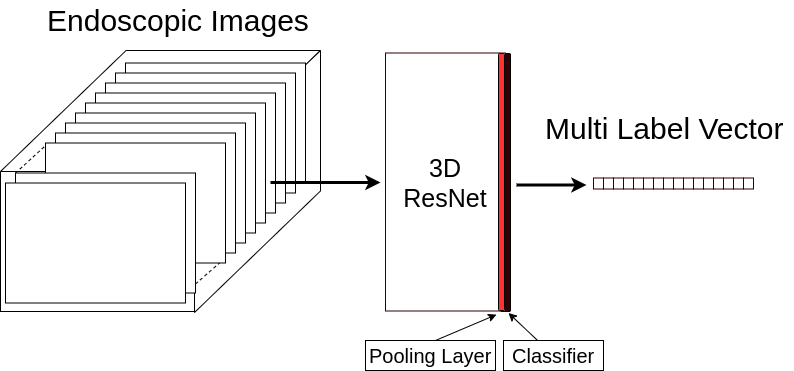
The draw.io diagram paper/ieice/fig/ieice3.png in shinn1r0/endoscopic_images2karte, before a commit. Source tidied: cells renumbered, new cells last; positions are measured from the earlier drawing's top-left corner, leaving out a move shared by most shapes. Source of this version:
```xml
<mxGraphModel>
  <root>
    <mxCell id="0" />
    <mxCell id="1" parent="0" />
    <mxCell id="2" style="rounded=0;whiteSpace=wrap;html=1;" parent="1" vertex="1">
      <mxGeometry y="171" width="195" height="140" as="geometry" />
    </mxCell>
    <mxCell id="3" style="shape=parallelogram;perimeter=parallelogramPerimeter;whiteSpace=wrap;html=1;size=0.3924050632911392;" parent="1" vertex="1">
      <mxGeometry y="50" width="320" height="121" as="geometry" />
    </mxCell>
    <mxCell id="4" style="shape=parallelogram;perimeter=parallelogramPerimeter;whiteSpace=wrap;html=1;size=0.46387832699619774;rotation=-90;direction=west;flipH=1;" parent="1" vertex="1">
      <mxGeometry x="126" y="118" width="262" height="126" as="geometry" />
    </mxCell>
    <mxCell id="5" style="rounded=0;whiteSpace=wrap;html=1;" parent="1" vertex="1">
      <mxGeometry x="125" y="62.5" width="180" height="120" as="geometry" />
    </mxCell>
    <mxCell id="6" style="rounded=0;whiteSpace=wrap;html=1;" parent="1" vertex="1">
      <mxGeometry x="115" y="72.5" width="180" height="120" as="geometry" />
    </mxCell>
    <mxCell id="7" style="endArrow=none;dashed=1;html=1;exitX=0.996;exitY=0.003;exitDx=0;exitDy=0;exitPerimeter=0;" parent="1" edge="1" source="17">
      <mxGeometry relative="1" as="geometry">
        <mxPoint x="225" y="142.5" as="targetPoint" />
      </mxGeometry>
    </mxCell>
    <mxCell id="8" style="rounded=0;whiteSpace=wrap;html=1;" parent="1" vertex="1">
      <mxGeometry x="105" y="82.5" width="180" height="120" as="geometry" />
    </mxCell>
    <mxCell id="9" style="rounded=0;whiteSpace=wrap;html=1;" parent="1" vertex="1">
      <mxGeometry x="95" y="92.5" width="180" height="120" as="geometry" />
    </mxCell>
    <mxCell id="10" style="rounded=0;whiteSpace=wrap;html=1;" parent="1" vertex="1">
      <mxGeometry x="85" y="102.5" width="180" height="120" as="geometry" />
    </mxCell>
    <mxCell id="11" style="rounded=0;whiteSpace=wrap;html=1;" parent="1" vertex="1">
      <mxGeometry x="75" y="112.5" width="180" height="120" as="geometry" />
    </mxCell>
    <mxCell id="12" style="rounded=0;whiteSpace=wrap;html=1;" parent="1" vertex="1">
      <mxGeometry x="65" y="122.5" width="180" height="120" as="geometry" />
    </mxCell>
    <mxCell id="13" style="rounded=0;whiteSpace=wrap;html=1;" parent="1" vertex="1">
      <mxGeometry x="55" y="132.5" width="180" height="120" as="geometry" />
    </mxCell>
    <mxCell id="14" style="rounded=0;whiteSpace=wrap;html=1;" parent="1" vertex="1">
      <mxGeometry x="45" y="142.5" width="180" height="120" as="geometry" />
    </mxCell>
    <mxCell id="15" style="endArrow=none;dashed=1;html=1;exitX=0.977;exitY=0.936;exitDx=0;exitDy=0;exitPerimeter=0;" parent="1" edge="1">
      <mxGeometry relative="1" as="geometry">
        <mxPoint x="195" y="283.5" as="sourcePoint" />
        <mxPoint x="219" y="262.5" as="targetPoint" />
      </mxGeometry>
    </mxCell>
    <mxCell id="16" style="endArrow=none;dashed=1;html=1;exitX=-0.001;exitY=0.002;exitDx=0;exitDy=0;exitPerimeter=0;entryX=0.002;entryY=0.019;entryDx=0;entryDy=0;entryPerimeter=0;" parent="1" edge="1" source="17" target="14">
      <mxGeometry relative="1" as="geometry" />
    </mxCell>
    <mxCell id="17" style="rounded=0;whiteSpace=wrap;html=1;" parent="1" vertex="1">
      <mxGeometry x="15" y="172.5" width="180" height="120" as="geometry" />
    </mxCell>
    <mxCell id="18" style="rounded=0;whiteSpace=wrap;html=1;" parent="1" vertex="1">
      <mxGeometry x="5" y="182.5" width="180" height="120" as="geometry" />
    </mxCell>
    <mxCell id="19" value="&lt;font style=&quot;font-size: 30px&quot;&gt;Endoscopic Images&lt;/font&gt;" style="text;html=1;align=left;verticalAlign=top;spacingTop=-4;" parent="1" vertex="1">
      <mxGeometry x="45" width="280" height="20" as="geometry" />
    </mxCell>
    <mxCell id="20" style="rounded=1;whiteSpace=wrap;html=1;fillColor=#330000;" parent="1" vertex="1">
      <mxGeometry x="500" y="53" width="10" height="258" as="geometry" />
    </mxCell>
    <mxCell id="21" value="&lt;font style=&quot;font-size: 20px&quot;&gt;Classifier&lt;/font&gt;" style="text;html=1;align=center;verticalAlign=middle;points=[];strokeColor=#000000;" parent="1" vertex="1">
      <mxGeometry x="503" y="340" width="100" height="30" as="geometry" />
    </mxCell>
    <mxCell id="22" style="endArrow=classic;html=1;" parent="1" edge="1" source="21">
      <mxGeometry relative="1" as="geometry">
        <mxPoint x="508" y="312.5" as="targetPoint" />
      </mxGeometry>
    </mxCell>
    <mxCell id="23" style="endArrow=classic;html=1;strokeWidth=3;" parent="1" edge="1">
      <mxGeometry relative="1" as="geometry">
        <mxPoint x="270" y="182" as="sourcePoint" />
        <mxPoint x="380" y="182" as="targetPoint" />
      </mxGeometry>
    </mxCell>
    <mxCell id="24" value="&lt;font style=&quot;font-size: 25px&quot;&gt;3D&lt;br&gt;ResNet&lt;/font&gt;" style="rounded=0;whiteSpace=wrap;html=1;strokeColor=#330000;fillColor=#FFFFFF;" parent="1" vertex="1">
      <mxGeometry x="385" y="52.5" width="120" height="258" as="geometry" />
    </mxCell>
    <mxCell id="25" style="endArrow=classic;html=1;strokeWidth=3;" parent="1" edge="1">
      <mxGeometry relative="1" as="geometry">
        <mxPoint x="516" y="184.5" as="sourcePoint" />
        <mxPoint x="586" y="184.5" as="targetPoint" />
      </mxGeometry>
    </mxCell>
    <mxCell id="26" style="rounded=0;whiteSpace=wrap;html=1;strokeColor=#330000;fillColor=#FFFFFF;" parent="1" vertex="1">
      <mxGeometry x="593" y="177.5" width="10" height="11" as="geometry" />
    </mxCell>
    <mxCell id="27" style="rounded=0;whiteSpace=wrap;html=1;strokeColor=#330000;fillColor=#FFFFFF;" parent="1" vertex="1">
      <mxGeometry x="603" y="177.5" width="10" height="11" as="geometry" />
    </mxCell>
    <mxCell id="28" style="rounded=0;whiteSpace=wrap;html=1;strokeColor=#330000;fillColor=#FFFFFF;" parent="1" vertex="1">
      <mxGeometry x="613" y="177.5" width="10" height="11" as="geometry" />
    </mxCell>
    <mxCell id="29" style="rounded=0;whiteSpace=wrap;html=1;strokeColor=#330000;fillColor=#FFFFFF;" parent="1" vertex="1">
      <mxGeometry x="623" y="177.5" width="10" height="11" as="geometry" />
    </mxCell>
    <mxCell id="30" style="rounded=0;whiteSpace=wrap;html=1;strokeColor=#330000;fillColor=#FFFFFF;" parent="1" vertex="1">
      <mxGeometry x="633" y="177.5" width="10" height="11" as="geometry" />
    </mxCell>
    <mxCell id="31" style="rounded=0;whiteSpace=wrap;html=1;strokeColor=#330000;fillColor=#FFFFFF;" parent="1" vertex="1">
      <mxGeometry x="643" y="177.5" width="10" height="11" as="geometry" />
    </mxCell>
    <mxCell id="32" style="rounded=0;whiteSpace=wrap;html=1;strokeColor=#330000;fillColor=#FFFFFF;" parent="1" vertex="1">
      <mxGeometry x="653" y="177.5" width="10" height="11" as="geometry" />
    </mxCell>
    <mxCell id="33" style="rounded=0;whiteSpace=wrap;html=1;strokeColor=#330000;fillColor=#FFFFFF;" parent="1" vertex="1">
      <mxGeometry x="663" y="177.5" width="10" height="11" as="geometry" />
    </mxCell>
    <mxCell id="34" style="rounded=0;whiteSpace=wrap;html=1;strokeColor=#330000;fillColor=#FFFFFF;" parent="1" vertex="1">
      <mxGeometry x="673" y="177.5" width="10" height="11" as="geometry" />
    </mxCell>
    <mxCell id="35" style="rounded=0;whiteSpace=wrap;html=1;strokeColor=#330000;fillColor=#FFFFFF;" parent="1" vertex="1">
      <mxGeometry x="683" y="177.5" width="10" height="11" as="geometry" />
    </mxCell>
    <mxCell id="36" style="rounded=0;whiteSpace=wrap;html=1;strokeColor=#330000;fillColor=#FFFFFF;" parent="1" vertex="1">
      <mxGeometry x="693" y="177.5" width="10" height="11" as="geometry" />
    </mxCell>
    <mxCell id="37" style="rounded=0;whiteSpace=wrap;html=1;strokeColor=#330000;fillColor=#FFFFFF;" parent="1" vertex="1">
      <mxGeometry x="703" y="177.5" width="10" height="11" as="geometry" />
    </mxCell>
    <mxCell id="38" style="rounded=0;whiteSpace=wrap;html=1;strokeColor=#330000;fillColor=#FFFFFF;" parent="1" vertex="1">
      <mxGeometry x="713" y="177.5" width="10" height="11" as="geometry" />
    </mxCell>
    <mxCell id="39" style="rounded=0;whiteSpace=wrap;html=1;strokeColor=#330000;fillColor=#FFFFFF;" parent="1" vertex="1">
      <mxGeometry x="723" y="177.5" width="10" height="11" as="geometry" />
    </mxCell>
    <mxCell id="40" style="rounded=0;whiteSpace=wrap;html=1;strokeColor=#330000;fillColor=#FFFFFF;" parent="1" vertex="1">
      <mxGeometry x="733" y="177.5" width="10" height="11" as="geometry" />
    </mxCell>
    <mxCell id="41" style="rounded=0;whiteSpace=wrap;html=1;strokeColor=#330000;fillColor=#FFFFFF;" parent="1" vertex="1">
      <mxGeometry x="743" y="177.5" width="10" height="11" as="geometry" />
    </mxCell>
    <mxCell id="42" value="&lt;font style=&quot;font-size: 30px&quot;&gt;Multi Label Vector&lt;/font&gt;" style="text;html=1;align=left;verticalAlign=top;spacingTop=-4;" parent="1" vertex="1">
      <mxGeometry x="543" y="108" width="250" height="20" as="geometry" />
    </mxCell>
    <mxCell id="43" style="rounded=1;whiteSpace=wrap;html=1;fillColor=#FF3333;" parent="1" vertex="1">
      <mxGeometry x="498" y="53" width="6" height="257" as="geometry" />
    </mxCell>
    <mxCell id="44" value="&lt;font style=&quot;font-size: 20px&quot;&gt;Pooling Layer&lt;/font&gt;" style="text;html=1;align=center;verticalAlign=middle;points=[];strokeColor=#000000;" parent="1" vertex="1">
      <mxGeometry x="365" y="340" width="130" height="30" as="geometry" />
    </mxCell>
    <mxCell id="45" style="endArrow=classic;html=1;entryX=0.925;entryY=1.014;entryDx=0;entryDy=0;entryPerimeter=0;exitX=0.538;exitY=0;exitDx=0;exitDy=0;exitPerimeter=0;" parent="1" edge="1" source="44" target="24">
      <mxGeometry relative="1" as="geometry" />
    </mxCell>
  </root>
</mxGraphModel>
```
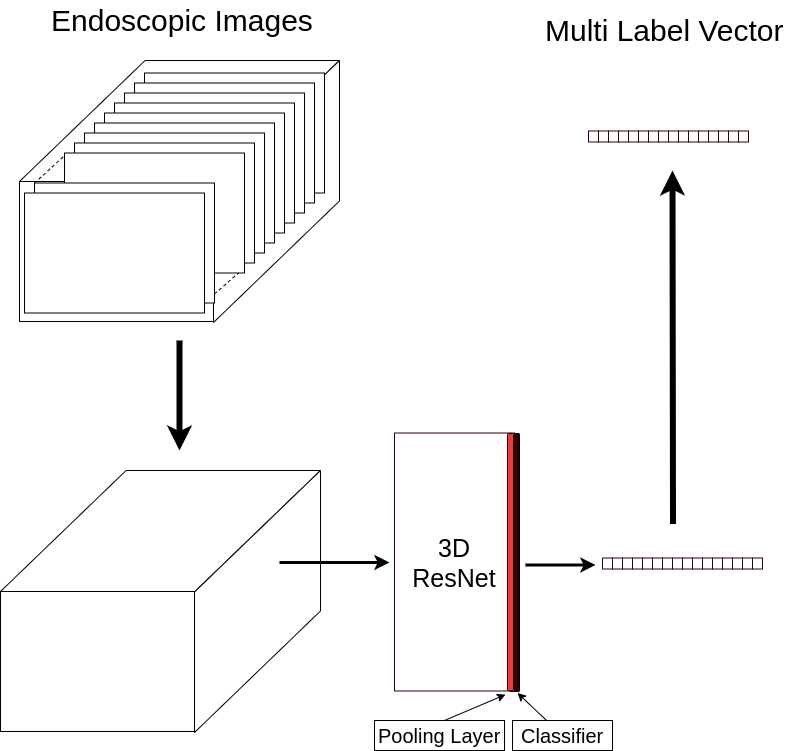
After the change.

Change to the diagram source:
```diff
@@ -3,63 +3,63 @@
     <mxCell id="0" />
     <mxCell id="1" parent="0" />
     <mxCell id="2" style="rounded=0;whiteSpace=wrap;html=1;" parent="1" vertex="1">
-      <mxGeometry y="171" width="195" height="140" as="geometry" />
+      <mxGeometry x="10" y="-199" width="195" height="140" as="geometry" />
     </mxCell>
     <mxCell id="3" style="shape=parallelogram;perimeter=parallelogramPerimeter;whiteSpace=wrap;html=1;size=0.3924050632911392;" parent="1" vertex="1">
-      <mxGeometry y="50" width="320" height="121" as="geometry" />
+      <mxGeometry x="10" y="-320" width="320" height="121" as="geometry" />
     </mxCell>
     <mxCell id="4" style="shape=parallelogram;perimeter=parallelogramPerimeter;whiteSpace=wrap;html=1;size=0.46387832699619774;rotation=-90;direction=west;flipH=1;" parent="1" vertex="1">
-      <mxGeometry x="126" y="118" width="262" height="126" as="geometry" />
+      <mxGeometry x="136" y="-252" width="262" height="126" as="geometry" />
     </mxCell>
     <mxCell id="5" style="rounded=0;whiteSpace=wrap;html=1;" parent="1" vertex="1">
-      <mxGeometry x="125" y="62.5" width="180" height="120" as="geometry" />
+      <mxGeometry x="135" y="-307.5" width="180" height="120" as="geometry" />
     </mxCell>
     <mxCell id="6" style="rounded=0;whiteSpace=wrap;html=1;" parent="1" vertex="1">
-      <mxGeometry x="115" y="72.5" width="180" height="120" as="geometry" />
+      <mxGeometry x="125" y="-297.5" width="180" height="120" as="geometry" />
     </mxCell>
     <mxCell id="7" style="endArrow=none;dashed=1;html=1;exitX=0.996;exitY=0.003;exitDx=0;exitDy=0;exitPerimeter=0;" parent="1" edge="1" source="17">
       <mxGeometry relative="1" as="geometry">
-        <mxPoint x="225" y="142.5" as="targetPoint" />
+        <mxPoint x="235" y="-227.5" as="targetPoint" />
       </mxGeometry>
     </mxCell>
     <mxCell id="8" style="rounded=0;whiteSpace=wrap;html=1;" parent="1" vertex="1">
-      <mxGeometry x="105" y="82.5" width="180" height="120" as="geometry" />
+      <mxGeometry x="115" y="-287.5" width="180" height="120" as="geometry" />
     </mxCell>
     <mxCell id="9" style="rounded=0;whiteSpace=wrap;html=1;" parent="1" vertex="1">
-      <mxGeometry x="95" y="92.5" width="180" height="120" as="geometry" />
+      <mxGeometry x="105" y="-277.5" width="180" height="120" as="geometry" />
     </mxCell>
     <mxCell id="10" style="rounded=0;whiteSpace=wrap;html=1;" parent="1" vertex="1">
-      <mxGeometry x="85" y="102.5" width="180" height="120" as="geometry" />
+      <mxGeometry x="95" y="-267.5" width="180" height="120" as="geometry" />
     </mxCell>
     <mxCell id="11" style="rounded=0;whiteSpace=wrap;html=1;" parent="1" vertex="1">
-      <mxGeometry x="75" y="112.5" width="180" height="120" as="geometry" />
+      <mxGeometry x="85" y="-257.5" width="180" height="120" as="geometry" />
     </mxCell>
     <mxCell id="12" style="rounded=0;whiteSpace=wrap;html=1;" parent="1" vertex="1">
-      <mxGeometry x="65" y="122.5" width="180" height="120" as="geometry" />
+      <mxGeometry x="75" y="-247.5" width="180" height="120" as="geometry" />
     </mxCell>
     <mxCell id="13" style="rounded=0;whiteSpace=wrap;html=1;" parent="1" vertex="1">
-      <mxGeometry x="55" y="132.5" width="180" height="120" as="geometry" />
+      <mxGeometry x="65" y="-237.5" width="180" height="120" as="geometry" />
     </mxCell>
     <mxCell id="14" style="rounded=0;whiteSpace=wrap;html=1;" parent="1" vertex="1">
-      <mxGeometry x="45" y="142.5" width="180" height="120" as="geometry" />
+      <mxGeometry x="55" y="-227.5" width="180" height="120" as="geometry" />
     </mxCell>
     <mxCell id="15" style="endArrow=none;dashed=1;html=1;exitX=0.977;exitY=0.936;exitDx=0;exitDy=0;exitPerimeter=0;" parent="1" edge="1">
       <mxGeometry relative="1" as="geometry">
-        <mxPoint x="195" y="283.5" as="sourcePoint" />
-        <mxPoint x="219" y="262.5" as="targetPoint" />
+        <mxPoint x="205" y="-86.5" as="sourcePoint" />
+        <mxPoint x="229" y="-107.5" as="targetPoint" />
       </mxGeometry>
     </mxCell>
     <mxCell id="16" style="endArrow=none;dashed=1;html=1;exitX=-0.001;exitY=0.002;exitDx=0;exitDy=0;exitPerimeter=0;entryX=0.002;entryY=0.019;entryDx=0;entryDy=0;entryPerimeter=0;" parent="1" edge="1" source="17" target="14">
       <mxGeometry relative="1" as="geometry" />
     </mxCell>
     <mxCell id="17" style="rounded=0;whiteSpace=wrap;html=1;" parent="1" vertex="1">
-      <mxGeometry x="15" y="172.5" width="180" height="120" as="geometry" />
+      <mxGeometry x="25" y="-197.5" width="180" height="120" as="geometry" />
     </mxCell>
     <mxCell id="18" style="rounded=0;whiteSpace=wrap;html=1;" parent="1" vertex="1">
-      <mxGeometry x="5" y="182.5" width="180" height="120" as="geometry" />
+      <mxGeometry x="15" y="-187.5" width="180" height="120" as="geometry" />
     </mxCell>
     <mxCell id="19" value="&lt;font style=&quot;font-size: 30px&quot;&gt;Endoscopic Images&lt;/font&gt;" style="text;html=1;align=left;verticalAlign=top;spacingTop=-4;" parent="1" vertex="1">
-      <mxGeometry x="45" width="280" height="20" as="geometry" />
+      <mxGeometry x="40" y="-380" width="280" height="20" as="geometry" />
     </mxCell>
     <mxCell id="20" style="rounded=1;whiteSpace=wrap;html=1;fillColor=#330000;" parent="1" vertex="1">
       <mxGeometry x="500" y="53" width="10" height="258" as="geometry" />
@@ -72,12 +72,6 @@
         <mxPoint x="508" y="312.5" as="targetPoint" />
       </mxGeometry>
     </mxCell>
-    <mxCell id="23" style="endArrow=classic;html=1;strokeWidth=3;" parent="1" edge="1">
-      <mxGeometry relative="1" as="geometry">
-        <mxPoint x="270" y="182" as="sourcePoint" />
-        <mxPoint x="380" y="182" as="targetPoint" />
-      </mxGeometry>
-    </mxCell>
     <mxCell id="24" value="&lt;font style=&quot;font-size: 25px&quot;&gt;3D&lt;br&gt;ResNet&lt;/font&gt;" style="rounded=0;whiteSpace=wrap;html=1;strokeColor=#330000;fillColor=#FFFFFF;" parent="1" vertex="1">
       <mxGeometry x="385" y="52.5" width="120" height="258" as="geometry" />
     </mxCell>
@@ -136,7 +130,7 @@
       <mxGeometry x="743" y="177.5" width="10" height="11" as="geometry" />
     </mxCell>
     <mxCell id="42" value="&lt;font style=&quot;font-size: 30px&quot;&gt;Multi Label Vector&lt;/font&gt;" style="text;html=1;align=left;verticalAlign=top;spacingTop=-4;" parent="1" vertex="1">
-      <mxGeometry x="543" y="108" width="250" height="20" as="geometry" />
+      <mxGeometry x="534" y="-370" width="250" height="20" as="geometry" />
     </mxCell>
     <mxCell id="43" style="rounded=1;whiteSpace=wrap;html=1;fillColor=#FF3333;" parent="1" vertex="1">
       <mxGeometry x="498" y="53" width="6" height="257" as="geometry" />
@@ -147,5 +141,85 @@
     <mxCell id="45" style="endArrow=classic;html=1;entryX=0.925;entryY=1.014;entryDx=0;entryDy=0;entryPerimeter=0;exitX=0.538;exitY=0;exitDx=0;exitDy=0;exitPerimeter=0;" parent="1" edge="1" source="44" target="24">
       <mxGeometry relative="1" as="geometry" />
     </mxCell>
+    <mxCell id="46" style="endArrow=classic;html=1;strokeWidth=6;" parent="1" edge="1">
+      <mxGeometry relative="1" as="geometry">
+        <mxPoint x="663.5" y="143.5" as="sourcePoint" />
+        <mxPoint x="663" y="-210" as="targetPoint" />
+      </mxGeometry>
+    </mxCell>
+    <mxCell id="47" style="endArrow=classic;html=1;strokeWidth=6;" parent="1" edge="1">
+      <mxGeometry relative="1" as="geometry">
+        <mxPoint x="170" y="-40" as="sourcePoint" />
+        <mxPoint x="170" y="70" as="targetPoint" />
+      </mxGeometry>
+    </mxCell>
+    <mxCell id="48" style="rounded=0;whiteSpace=wrap;html=1;" parent="1" vertex="1">
+      <mxGeometry x="-9" y="211" width="195" height="140" as="geometry" />
+    </mxCell>
+    <mxCell id="49" style="shape=parallelogram;perimeter=parallelogramPerimeter;whiteSpace=wrap;html=1;size=0.3924050632911392;" parent="1" vertex="1">
+      <mxGeometry x="-9" y="90" width="320" height="121" as="geometry" />
+    </mxCell>
+    <mxCell id="50" style="shape=parallelogram;perimeter=parallelogramPerimeter;whiteSpace=wrap;html=1;size=0.46387832699619774;rotation=-90;direction=west;flipH=1;" parent="1" vertex="1">
+      <mxGeometry x="117" y="158" width="262" height="126" as="geometry" />
+    </mxCell>
+    <mxCell id="51" style="endArrow=none;dashed=1;html=1;exitX=-0.001;exitY=0.002;exitDx=0;exitDy=0;exitPerimeter=0;entryX=0.002;entryY=0.019;entryDx=0;entryDy=0;entryPerimeter=0;" parent="1" edge="1" target="x">
+      <mxGeometry relative="1" as="geometry">
+        <mxPoint x="25.8" y="201.7" as="sourcePoint" />
+      </mxGeometry>
+    </mxCell>
+    <mxCell id="23" style="endArrow=classic;html=1;strokeWidth=3;" parent="1" edge="1">
+      <mxGeometry relative="1" as="geometry">
+        <mxPoint x="270" y="182" as="sourcePoint" />
+        <mxPoint x="380" y="182" as="targetPoint" />
+      </mxGeometry>
+    </mxCell>
+    <mxCell id="52" style="rounded=0;whiteSpace=wrap;html=1;strokeColor=#330000;fillColor=#FFFFFF;" parent="1" vertex="1">
+      <mxGeometry x="579" y="-249.5" width="10" height="11" as="geometry" />
+    </mxCell>
+    <mxCell id="53" style="rounded=0;whiteSpace=wrap;html=1;strokeColor=#330000;fillColor=#FFFFFF;" parent="1" vertex="1">
+      <mxGeometry x="589" y="-249.5" width="10" height="11" as="geometry" />
+    </mxCell>
+    <mxCell id="54" style="rounded=0;whiteSpace=wrap;html=1;strokeColor=#330000;fillColor=#FFFFFF;" parent="1" vertex="1">
+      <mxGeometry x="599" y="-249.5" width="10" height="11" as="geometry" />
+    </mxCell>
+    <mxCell id="55" style="rounded=0;whiteSpace=wrap;html=1;strokeColor=#330000;fillColor=#FFFFFF;" parent="1" vertex="1">
+      <mxGeometry x="609" y="-249.5" width="10" height="11" as="geometry" />
+    </mxCell>
+    <mxCell id="56" style="rounded=0;whiteSpace=wrap;html=1;strokeColor=#330000;fillColor=#FFFFFF;" parent="1" vertex="1">
+      <mxGeometry x="619" y="-249.5" width="10" height="11" as="geometry" />
+    </mxCell>
+    <mxCell id="57" style="rounded=0;whiteSpace=wrap;html=1;strokeColor=#330000;fillColor=#FFFFFF;" parent="1" vertex="1">
+      <mxGeometry x="629" y="-249.5" width="10" height="11" as="geometry" />
+    </mxCell>
+    <mxCell id="58" style="rounded=0;whiteSpace=wrap;html=1;strokeColor=#330000;fillColor=#FFFFFF;" parent="1" vertex="1">
+      <mxGeometry x="639" y="-249.5" width="10" height="11" as="geometry" />
+    </mxCell>
+    <mxCell id="59" style="rounded=0;whiteSpace=wrap;html=1;strokeColor=#330000;fillColor=#FFFFFF;" parent="1" vertex="1">
+      <mxGeometry x="649" y="-249.5" width="10" height="11" as="geometry" />
+    </mxCell>
+    <mxCell id="60" style="rounded=0;whiteSpace=wrap;html=1;strokeColor=#330000;fillColor=#FFFFFF;" parent="1" vertex="1">
+      <mxGeometry x="659" y="-249.5" width="10" height="11" as="geometry" />
+    </mxCell>
+    <mxCell id="61" style="rounded=0;whiteSpace=wrap;html=1;strokeColor=#330000;fillColor=#FFFFFF;" parent="1" vertex="1">
+      <mxGeometry x="669" y="-249.5" width="10" height="11" as="geometry" />
+    </mxCell>
+    <mxCell id="62" style="rounded=0;whiteSpace=wrap;html=1;strokeColor=#330000;fillColor=#FFFFFF;" parent="1" vertex="1">
+      <mxGeometry x="679" y="-249.5" width="10" height="11" as="geometry" />
+    </mxCell>
+    <mxCell id="63" style="rounded=0;whiteSpace=wrap;html=1;strokeColor=#330000;fillColor=#FFFFFF;" parent="1" vertex="1">
+      <mxGeometry x="689" y="-249.5" width="10" height="11" as="geometry" />
+    </mxCell>
+    <mxCell id="64" style="rounded=0;whiteSpace=wrap;html=1;strokeColor=#330000;fillColor=#FFFFFF;" parent="1" vertex="1">
+      <mxGeometry x="699" y="-249.5" width="10" height="11" as="geometry" />
+    </mxCell>
+    <mxCell id="65" style="rounded=0;whiteSpace=wrap;html=1;strokeColor=#330000;fillColor=#FFFFFF;" parent="1" vertex="1">
+      <mxGeometry x="709" y="-249.5" width="10" height="11" as="geometry" />
+    </mxCell>
+    <mxCell id="66" style="rounded=0;whiteSpace=wrap;html=1;strokeColor=#330000;fillColor=#FFFFFF;" parent="1" vertex="1">
+      <mxGeometry x="719" y="-249.5" width="10" height="11" as="geometry" />
+    </mxCell>
+    <mxCell id="67" style="rounded=0;whiteSpace=wrap;html=1;strokeColor=#330000;fillColor=#FFFFFF;" parent="1" vertex="1">
+      <mxGeometry x="729" y="-249.5" width="10" height="11" as="geometry" />
+    </mxCell>
   </root>
 </mxGraphModel>
```
